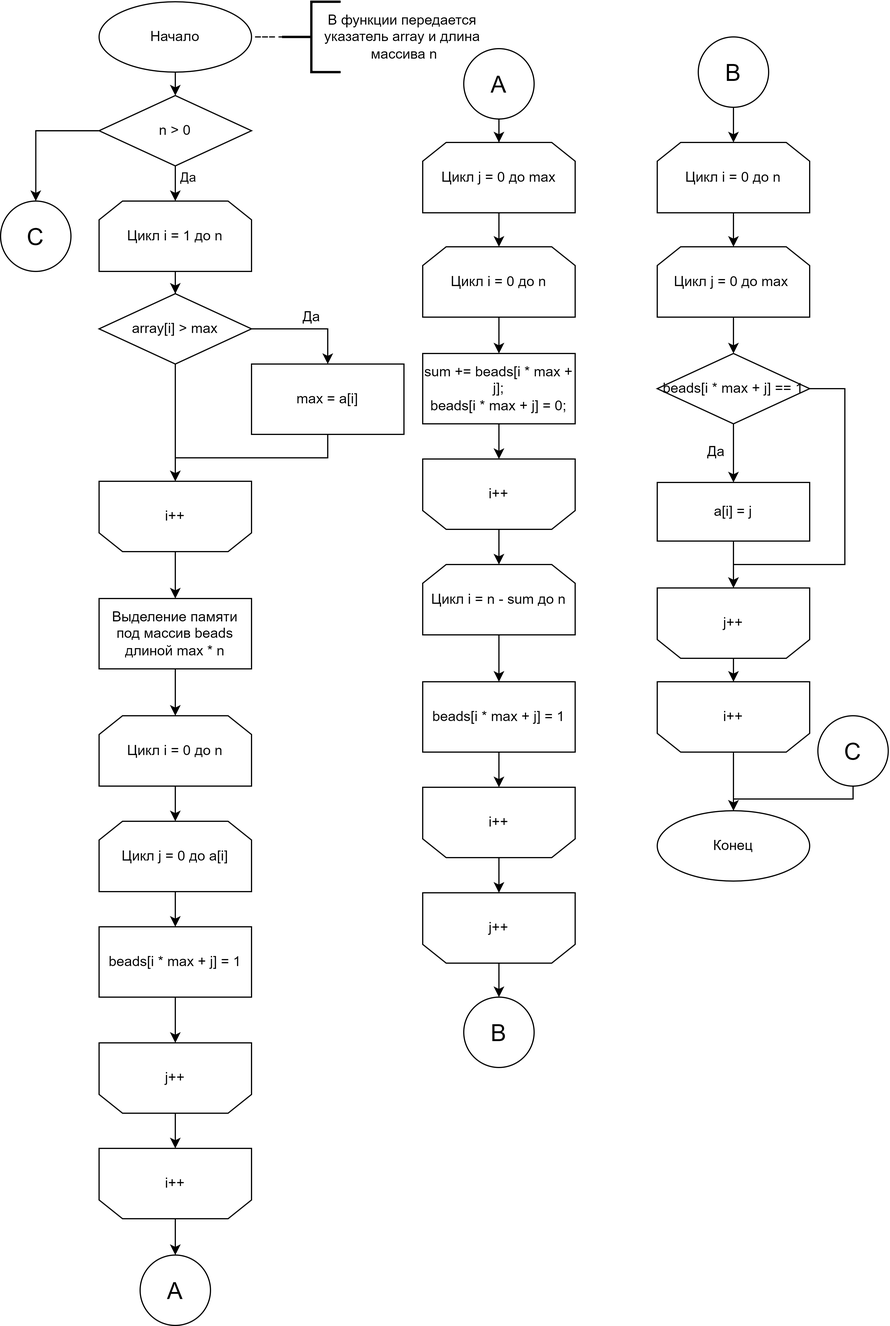
Above: lab_03/docs/img/bead.png in Mansurow/bmstu-iu7-5sem-AA (draw.io), before the change. Source tidied: cells renumbered, new cells last; positions are measured from the earlier drawing's top-left corner, leaving out a move shared by most shapes.
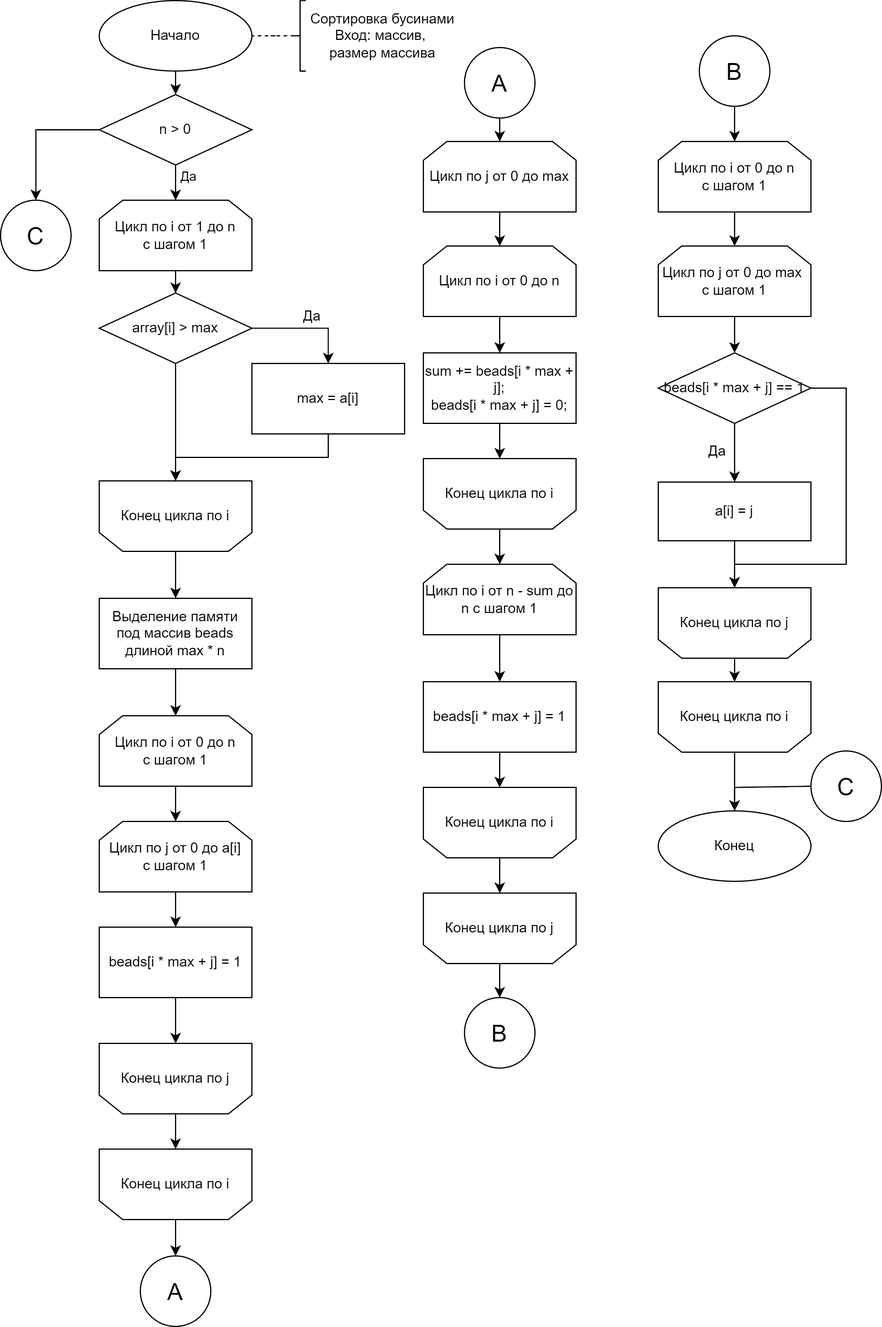
Later version of the same file.

What changed in the source:
```diff
@@ -14,13 +14,13 @@
     <mxCell id="5" style="edgeStyle=orthogonalEdgeStyle;rounded=0;jettySize=auto;html=1;exitX=0.5;exitY=1;exitDx=0;exitDy=0;" parent="1" edge="1" source="6" target="12">
       <mxGeometry relative="1" as="geometry" />
     </mxCell>
-    <mxCell id="6" value="Цикл i = 1 до n" style="shape=loopLimit;whiteSpace=wrap;html=1;" parent="1" vertex="1">
+    <mxCell id="6" value="Цикл по i от 1 до n&lt;br&gt;с шагом 1" style="shape=loopLimit;whiteSpace=wrap;html=1;" parent="1" vertex="1">
       <mxGeometry x="84" y="170" width="130" height="60" as="geometry" />
     </mxCell>
     <mxCell id="7" style="edgeStyle=orthogonalEdgeStyle;rounded=0;jettySize=auto;html=1;exitX=0.5;exitY=1;exitDx=0;exitDy=0;entryX=0.5;entryY=0;entryDx=0;entryDy=0;" parent="1" edge="1" source="8" target="16">
       <mxGeometry relative="1" as="geometry" />
     </mxCell>
-    <mxCell id="8" value="i++" style="shape=loopLimit;whiteSpace=wrap;html=1;flipV=1;" parent="1" vertex="1">
+    <mxCell id="8" value="Конец цикла по i" style="shape=loopLimit;whiteSpace=wrap;html=1;flipV=1;" parent="1" vertex="1">
       <mxGeometry x="84" y="409" width="130" height="60" as="geometry" />
     </mxCell>
     <mxCell id="9" style="edgeStyle=orthogonalEdgeStyle;rounded=0;jettySize=auto;html=1;exitX=0.5;exitY=1;exitDx=0;exitDy=0;" parent="1" edge="1" source="12" target="8">
@@ -52,25 +52,25 @@
     <mxCell id="17" style="edgeStyle=orthogonalEdgeStyle;rounded=0;jettySize=auto;html=1;exitX=0.5;exitY=1;exitDx=0;exitDy=0;" parent="1" edge="1" source="18" target="20">
       <mxGeometry relative="1" as="geometry" />
     </mxCell>
-    <mxCell id="18" value="Цикл i = 0 до n" style="shape=loopLimit;whiteSpace=wrap;html=1;" parent="1" vertex="1">
+    <mxCell id="18" value="Цикл по i от 0 до n&lt;br&gt;с шагом 1" style="shape=loopLimit;whiteSpace=wrap;html=1;" parent="1" vertex="1">
       <mxGeometry x="84" y="609" width="130" height="60" as="geometry" />
     </mxCell>
     <mxCell id="19" style="edgeStyle=orthogonalEdgeStyle;rounded=0;jettySize=auto;html=1;exitX=0.5;exitY=1;exitDx=0;exitDy=0;" parent="1" edge="1" source="20" target="26">
       <mxGeometry relative="1" as="geometry" />
     </mxCell>
-    <mxCell id="20" value="Цикл j = 0 до a[i]" style="shape=loopLimit;whiteSpace=wrap;html=1;" parent="1" vertex="1">
+    <mxCell id="20" value="Цикл по j от 0 до a[i]&lt;br&gt;с шагом 1" style="shape=loopLimit;whiteSpace=wrap;html=1;" parent="1" vertex="1">
       <mxGeometry x="84" y="699" width="130" height="60" as="geometry" />
     </mxCell>
     <mxCell id="21" style="edgeStyle=orthogonalEdgeStyle;rounded=0;jettySize=auto;html=1;exitX=0.5;exitY=1;exitDx=0;exitDy=0;" parent="1" edge="1" source="22" target="24">
       <mxGeometry relative="1" as="geometry" />
     </mxCell>
-    <mxCell id="22" value="j++" style="shape=loopLimit;whiteSpace=wrap;html=1;flipV=1;" parent="1" vertex="1">
+    <mxCell id="22" value="Конец цикла по j" style="shape=loopLimit;whiteSpace=wrap;html=1;flipV=1;" parent="1" vertex="1">
       <mxGeometry x="84" y="888" width="130" height="60" as="geometry" />
     </mxCell>
     <mxCell id="23" style="edgeStyle=orthogonalEdgeStyle;rounded=0;jettySize=auto;html=1;exitX=0.5;exitY=1;exitDx=0;exitDy=0;fontSize=20;" parent="1" edge="1" source="24" target="43">
       <mxGeometry relative="1" as="geometry" />
     </mxCell>
-    <mxCell id="24" value="i++" style="shape=loopLimit;whiteSpace=wrap;html=1;flipV=1;" parent="1" vertex="1">
+    <mxCell id="24" value="Конец цикла по i" style="shape=loopLimit;whiteSpace=wrap;html=1;flipV=1;" parent="1" vertex="1">
       <mxGeometry x="84" y="978" width="130" height="60" as="geometry" />
     </mxCell>
     <mxCell id="25" style="edgeStyle=orthogonalEdgeStyle;rounded=0;jettySize=auto;html=1;exitX=0.5;exitY=1;exitDx=0;exitDy=0;entryX=0.5;entryY=0;entryDx=0;entryDy=0;" parent="1" edge="1" source="26" target="22">
@@ -82,37 +82,37 @@
     <mxCell id="27" style="edgeStyle=orthogonalEdgeStyle;rounded=0;jettySize=auto;html=1;exitX=0.5;exitY=1;exitDx=0;exitDy=0;entryX=0.5;entryY=0;entryDx=0;entryDy=0;" parent="1" edge="1" source="28" target="32">
       <mxGeometry relative="1" as="geometry" />
     </mxCell>
-    <mxCell id="28" value="Цикл j = 0 до max" style="shape=loopLimit;whiteSpace=wrap;html=1;" parent="1" vertex="1">
+    <mxCell id="28" value="Цикл по j от 0 до max" style="shape=loopLimit;whiteSpace=wrap;html=1;" parent="1" vertex="1">
       <mxGeometry x="360" y="120" width="130" height="60" as="geometry" />
     </mxCell>
     <mxCell id="29" style="edgeStyle=orthogonalEdgeStyle;rounded=0;jettySize=auto;html=1;exitX=0.5;exitY=1;exitDx=0;exitDy=0;fontSize=20;" parent="1" edge="1" source="30" target="60">
       <mxGeometry relative="1" as="geometry" />
     </mxCell>
-    <mxCell id="30" value="j++" style="shape=loopLimit;whiteSpace=wrap;html=1;flipV=1;" parent="1" vertex="1">
+    <mxCell id="30" value="Конец цикла по j" style="shape=loopLimit;whiteSpace=wrap;html=1;flipV=1;" parent="1" vertex="1">
       <mxGeometry x="360" y="760" width="130" height="60" as="geometry" />
     </mxCell>
     <mxCell id="31" style="edgeStyle=orthogonalEdgeStyle;rounded=0;jettySize=auto;html=1;exitX=0.5;exitY=1;exitDx=0;exitDy=0;entryX=0.5;entryY=0;entryDx=0;entryDy=0;" parent="1" edge="1" source="32" target="42">
       <mxGeometry relative="1" as="geometry" />
     </mxCell>
-    <mxCell id="32" value="Цикл i = 0 до n" style="shape=loopLimit;whiteSpace=wrap;html=1;" parent="1" vertex="1">
+    <mxCell id="32" value="Цикл по i от 0 до n" style="shape=loopLimit;whiteSpace=wrap;html=1;" parent="1" vertex="1">
       <mxGeometry x="360" y="209" width="130" height="60" as="geometry" />
     </mxCell>
     <mxCell id="33" style="edgeStyle=orthogonalEdgeStyle;rounded=0;jettySize=auto;html=1;exitX=0.5;exitY=1;exitDx=0;exitDy=0;entryX=0.5;entryY=0;entryDx=0;entryDy=0;" parent="1" edge="1" source="34" target="36">
       <mxGeometry relative="1" as="geometry" />
     </mxCell>
-    <mxCell id="34" value="i++" style="shape=loopLimit;whiteSpace=wrap;html=1;flipV=1;" parent="1" vertex="1">
+    <mxCell id="34" value="Конец цикла по i" style="shape=loopLimit;whiteSpace=wrap;html=1;flipV=1;" parent="1" vertex="1">
       <mxGeometry x="360" y="390" width="130" height="60" as="geometry" />
     </mxCell>
     <mxCell id="35" style="edgeStyle=orthogonalEdgeStyle;rounded=0;jettySize=auto;html=1;exitX=0.5;exitY=1;exitDx=0;exitDy=0;entryX=0.5;entryY=0;entryDx=0;entryDy=0;" parent="1" edge="1" source="36" target="40">
       <mxGeometry relative="1" as="geometry" />
     </mxCell>
-    <mxCell id="36" value="Цикл i = n - sum до n" style="shape=loopLimit;whiteSpace=wrap;html=1;" parent="1" vertex="1">
+    <mxCell id="36" value="Цикл по i от n - sum до n с шагом 1" style="shape=loopLimit;whiteSpace=wrap;html=1;" parent="1" vertex="1">
       <mxGeometry x="360" y="480" width="130" height="60" as="geometry" />
     </mxCell>
     <mxCell id="37" style="edgeStyle=orthogonalEdgeStyle;rounded=0;jettySize=auto;html=1;exitX=0.5;exitY=1;exitDx=0;exitDy=0;entryX=0.5;entryY=0;entryDx=0;entryDy=0;" parent="1" edge="1" source="38" target="30">
       <mxGeometry relative="1" as="geometry" />
     </mxCell>
-    <mxCell id="38" value="i++" style="shape=loopLimit;whiteSpace=wrap;html=1;flipV=1;" parent="1" vertex="1">
+    <mxCell id="38" value="Конец цикла по i" style="shape=loopLimit;whiteSpace=wrap;html=1;flipV=1;" parent="1" vertex="1">
       <mxGeometry x="360" y="670" width="130" height="60" as="geometry" />
     </mxCell>
     <mxCell id="39" style="edgeStyle=orthogonalEdgeStyle;rounded=0;jettySize=auto;html=1;exitX=0.5;exitY=1;exitDx=0;exitDy=0;entryX=0.5;entryY=0;entryDx=0;entryDy=0;" parent="1" edge="1" source="40" target="38">
@@ -139,13 +139,13 @@
     <mxCell id="46" style="edgeStyle=orthogonalEdgeStyle;rounded=0;jettySize=auto;html=1;exitX=0.5;exitY=1;exitDx=0;exitDy=0;fontSize=20;" parent="1" edge="1" source="47" target="49">
       <mxGeometry relative="1" as="geometry" />
     </mxCell>
-    <mxCell id="47" value="Цикл i = 0 до n" style="shape=loopLimit;whiteSpace=wrap;html=1;" parent="1" vertex="1">
+    <mxCell id="47" value="Цикл по i от 0 до n&lt;br&gt;с шагом 1" style="shape=loopLimit;whiteSpace=wrap;html=1;" parent="1" vertex="1">
       <mxGeometry x="560" y="120" width="130" height="60" as="geometry" />
     </mxCell>
     <mxCell id="48" style="edgeStyle=orthogonalEdgeStyle;rounded=0;jettySize=auto;html=1;exitX=0.5;exitY=1;exitDx=0;exitDy=0;entryX=0.5;entryY=0;entryDx=0;entryDy=0;fontSize=20;" parent="1" edge="1" source="49" target="53">
       <mxGeometry relative="1" as="geometry" />
     </mxCell>
-    <mxCell id="49" value="Цикл j = 0 до max&amp;nbsp;" style="shape=loopLimit;whiteSpace=wrap;html=1;" parent="1" vertex="1">
+    <mxCell id="49" value="Цикл по j от 0 до max&amp;nbsp;&lt;br&gt;с шагом 1" style="shape=loopLimit;whiteSpace=wrap;html=1;" parent="1" vertex="1">
       <mxGeometry x="560" y="209" width="130" height="60" as="geometry" />
     </mxCell>
     <mxCell id="50" style="edgeStyle=orthogonalEdgeStyle;rounded=0;jettySize=auto;html=1;exitX=0.5;exitY=1;exitDx=0;exitDy=0;entryX=0.5;entryY=0;entryDx=0;entryDy=0;fontSize=20;" parent="1" edge="1" source="53" target="59">
@@ -171,13 +171,13 @@
     <mxCell id="54" style="edgeStyle=orthogonalEdgeStyle;rounded=0;jettySize=auto;html=1;exitX=0.5;exitY=1;exitDx=0;exitDy=0;fontSize=20;" parent="1" edge="1" source="55" target="57">
       <mxGeometry relative="1" as="geometry" />
     </mxCell>
-    <mxCell id="55" value="j++" style="shape=loopLimit;whiteSpace=wrap;html=1;flipV=1;" parent="1" vertex="1">
+    <mxCell id="55" value="Конец цикла по j" style="shape=loopLimit;whiteSpace=wrap;html=1;flipV=1;" parent="1" vertex="1">
       <mxGeometry x="560" y="500" width="130" height="60" as="geometry" />
     </mxCell>
     <mxCell id="56" style="edgeStyle=orthogonalEdgeStyle;rounded=0;jettySize=auto;html=1;exitX=0.5;exitY=1;exitDx=0;exitDy=0;entryX=0.5;entryY=0;entryDx=0;entryDy=0;entryPerimeter=0;fontSize=20;" parent="1" edge="1" source="57" target="4">
       <mxGeometry relative="1" as="geometry" />
     </mxCell>
-    <mxCell id="57" value="i++" style="shape=loopLimit;whiteSpace=wrap;html=1;flipV=1;" parent="1" vertex="1">
+    <mxCell id="57" value="Конец цикла по i" style="shape=loopLimit;whiteSpace=wrap;html=1;flipV=1;" parent="1" vertex="1">
       <mxGeometry x="560" y="580" width="130" height="60" as="geometry" />
     </mxCell>
     <mxCell id="58" style="edgeStyle=orthogonalEdgeStyle;rounded=0;jettySize=auto;html=1;exitX=0.5;exitY=1;exitDx=0;exitDy=0;entryX=0.5;entryY=0;entryDx=0;entryDy=0;fontSize=20;" parent="1" edge="1" source="59" target="55">
@@ -212,24 +212,25 @@
     <mxCell id="67" value="&lt;font style=&quot;font-size: 20px;&quot;&gt;С&lt;/font&gt;" style="ellipse;whiteSpace=wrap;html=1;" parent="1" vertex="1">
       <mxGeometry y="170" width="60" height="60" as="geometry" />
     </mxCell>
-    <mxCell id="68" style="edgeStyle=orthogonalEdgeStyle;rounded=0;jettySize=auto;html=1;entryX=0.5;entryY=0;entryDx=0;entryDy=0;entryPerimeter=0;fontSize=20;exitX=0.5;exitY=1;exitDx=0;exitDy=0;" parent="1" edge="1" source="69" target="4">
+    <mxCell id="68" style="edgeStyle=orthogonalEdgeStyle;rounded=0;jettySize=auto;html=1;entryX=0.5;entryY=0;entryDx=0;entryDy=0;entryPerimeter=0;fontSize=20;exitX=0;exitY=0.5;exitDx=0;exitDy=0;" parent="1" edge="1" source="69" target="4">
       <mxGeometry relative="1" as="geometry">
         <Array as="points">
-          <mxPoint x="625" y="680" />
+          <mxPoint x="690" y="670" />
+          <mxPoint x="625" y="670" />
         </Array>
       </mxGeometry>
     </mxCell>
     <mxCell id="69" value="&lt;span style=&quot;font-size: 20px;&quot;&gt;С&lt;/span&gt;" style="ellipse;whiteSpace=wrap;html=1;" parent="1" vertex="1">
-      <mxGeometry x="697" y="609" width="60" height="60" as="geometry" />
+      <mxGeometry x="690" y="639" width="60" height="60" as="geometry" />
     </mxCell>
     <mxCell id="70" style="edgeStyle=orthogonalEdgeStyle;rounded=0;jettySize=auto;html=1;entryX=1;entryY=0.5;entryDx=0;entryDy=0;entryPerimeter=0;fontSize=12;endArrow=none;endFill=0;strokeColor=default;dashed=1;" parent="1" edge="1" source="71" target="3">
       <mxGeometry relative="1" as="geometry" />
     </mxCell>
-    <mxCell id="71" style="strokeWidth=2;html=1;shape=mxgraph.flowchart.annotation_2;align=left;labelPosition=right;rounded=0;" parent="1" vertex="1">
-      <mxGeometry x="240" width="50" height="60" as="geometry" />
+    <mxCell id="71" style="strokeWidth=1;html=1;shape=mxgraph.flowchart.annotation_2;align=left;labelPosition=right;rounded=0;" parent="1" vertex="1">
+      <mxGeometry x="250" width="10" height="60" as="geometry" />
     </mxCell>
-    <mxCell id="72" value="В функции передается&amp;nbsp;&lt;br&gt;указатель array и длина &lt;br&gt;массива n" style="text;html=1;align=center;verticalAlign=middle;strokeColor=none;fillColor=none;" parent="1" vertex="1">
-      <mxGeometry x="264" width="160" height="60" as="geometry" />
+    <mxCell id="72" value="Сортировка бусинами&lt;br&gt;Вход: массив, &lt;br&gt;размер массива" style="text;html=1;align=center;verticalAlign=middle;strokeColor=none;fillColor=none;" parent="1" vertex="1">
+      <mxGeometry x="250" width="150" height="60" as="geometry" />
     </mxCell>
   </root>
 </mxGraphModel>
```
